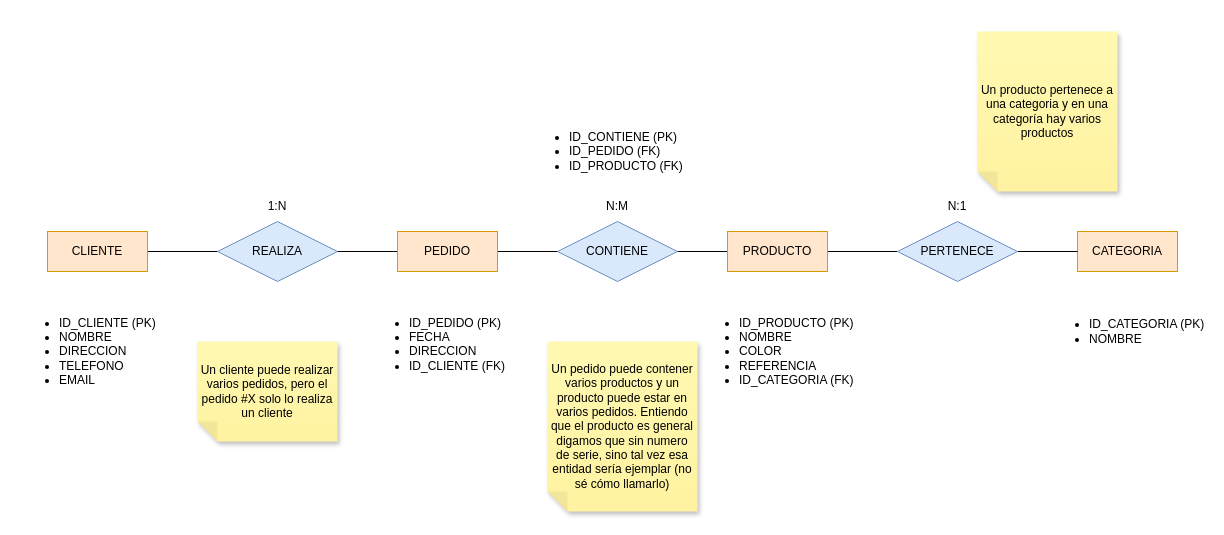
This is E3. Tienda de informatica.drawio from Milikituki/PracticasBBDD, a draw.io file, before an edit. Source tidied: cells renumbered, new cells numbered last; positions are measured from the earlier drawing's top-left corner, leaving out a move shared by most shapes. Both pictures are drawn from the tidied source at 100%, with x=0, y=0 at pixel (17, 31).
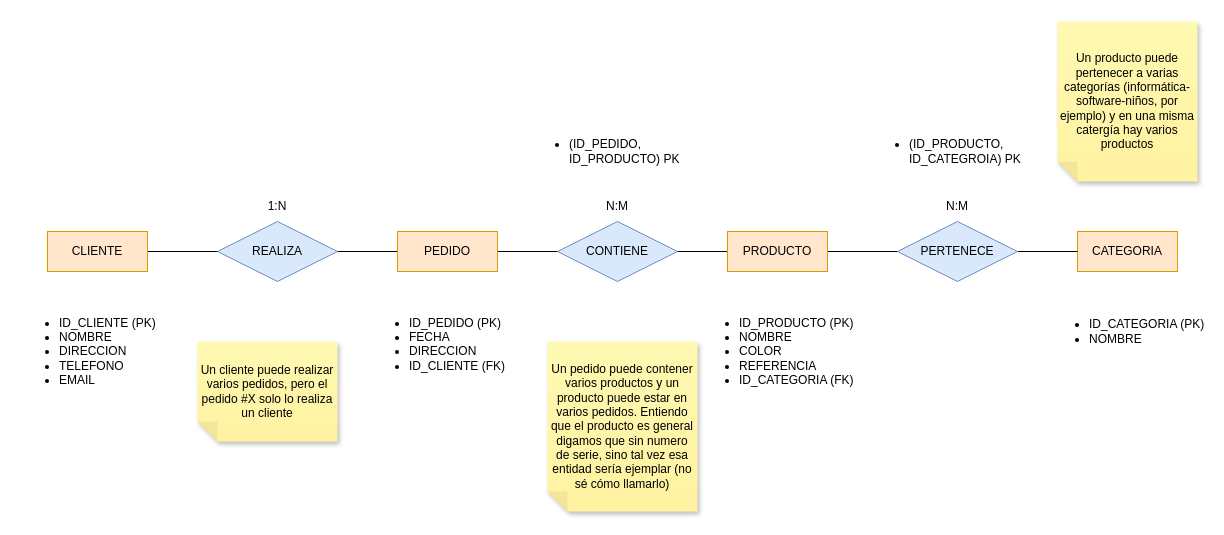
Above is the later version.

The edit, as a diff of the source:
```diff
@@
-    <mxCell id="13" value="N:1" style="text;html=1;whiteSpace=wrap;strokeColor=none;fillColor=none;align=center;verticalAlign=middle;rounded=0;" parent="1" vertex="1">
+    <mxCell id="13" value="N:M" style="text;html=1;whiteSpace=wrap;strokeColor=none;fillColor=none;align=center;verticalAlign=middle;rounded=0;" parent="1" vertex="1">
       <mxGeometry x="910" y="160" width="60" height="30" as="geometry" />
     </mxCell>
@@
-    <mxCell id="18" value="&lt;ul&gt;&lt;li&gt;ID_CONTIENE (PK)&lt;/li&gt;&lt;li&gt;ID_PEDIDO (FK)&lt;/li&gt;&lt;li&gt;ID_PRODUCTO (FK)&lt;/li&gt;&lt;/ul&gt;" style="text;strokeColor=none;fillColor=none;html=1;whiteSpace=wrap;verticalAlign=middle;overflow=hidden;" parent="1" vertex="1">
+    <mxCell id="18" value="&lt;ul&gt;&lt;li&gt;(ID_PEDIDO, ID_PRODUCTO) PK&lt;/li&gt;&lt;/ul&gt;" style="text;strokeColor=none;fillColor=none;html=1;whiteSpace=wrap;verticalAlign=middle;overflow=hidden;" parent="1" vertex="1">
       <mxGeometry x="510" y="80" width="160" height="80" as="geometry" />
     </mxCell>
@@
-    <mxCell id="21" value="Un producto pertenece a una categoria y en una categoría hay varios productos" style="shape=note;whiteSpace=wrap;html=1;backgroundOutline=1;fontColor=#000000;darkOpacity=0.05;fillColor=#FFF9B2;strokeColor=none;fillStyle=solid;direction=west;gradientDirection=north;gradientColor=#FFF2A1;shadow=1;size=20;" parent="1" vertex="1">
-      <mxGeometry x="960" width="140" height="160" as="geometry" />
+    <mxCell id="21" value="Un producto puede pertenecer a varias categorías (informática-software-niños, por ejemplo) y en una misma catergía hay varios productos" style="shape=note;whiteSpace=wrap;html=1;backgroundOutline=1;fontColor=#000000;darkOpacity=0.05;fillColor=#FFF9B2;strokeColor=none;fillStyle=solid;direction=west;gradientDirection=north;gradientColor=#FFF2A1;shadow=1;size=20;" parent="1" vertex="1">
+      <mxGeometry x="1040" y="-10" width="140" height="160" as="geometry" />
     </mxCell>
+    <mxCell id="22" value="&lt;ul&gt;&lt;li&gt;(ID_PRODUCTO, ID_CATEGROIA) PK&lt;/li&gt;&lt;/ul&gt;" style="text;strokeColor=none;fillColor=none;html=1;whiteSpace=wrap;verticalAlign=middle;overflow=hidden;" parent="1" vertex="1">
+      <mxGeometry x="850" y="80" width="160" height="80" as="geometry" />
+    </mxCell>
```
